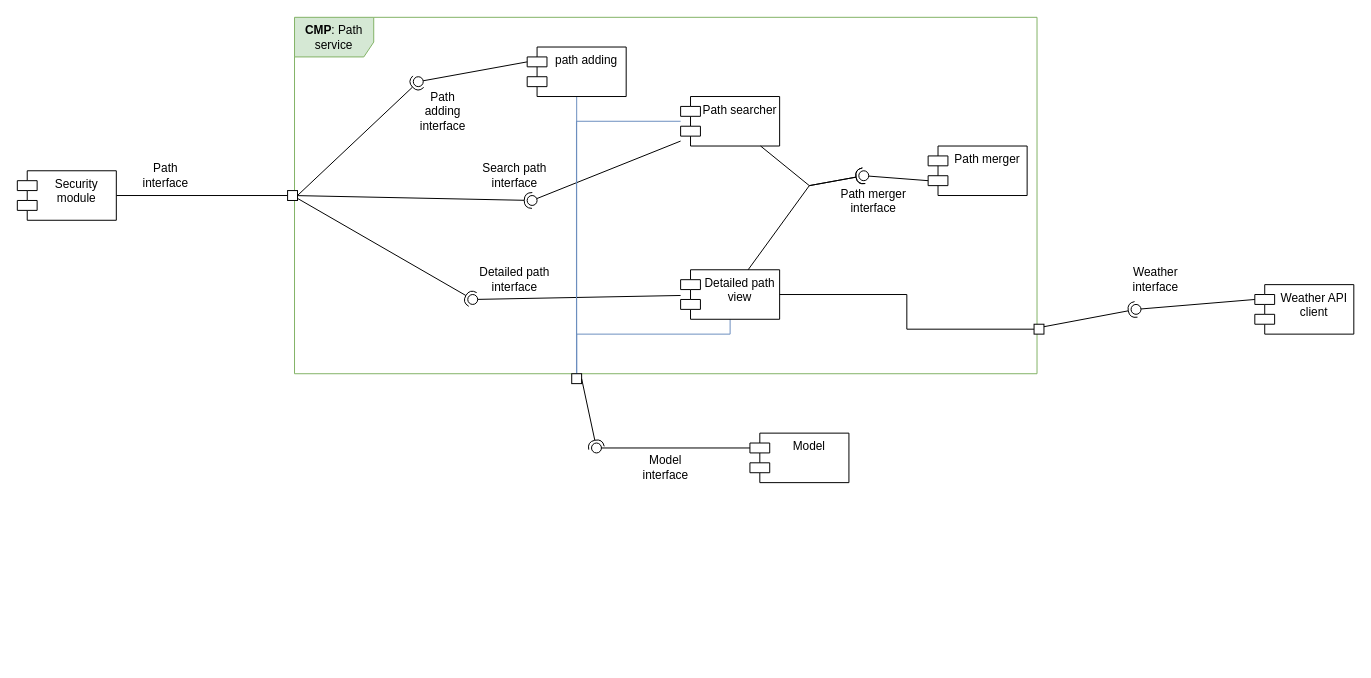
The draw.io diagram page "path_detailed_view" (4 of 7) of DD/LaTeXCode/images/drawio/Component_diagram.drawio in jacopobellosi/Bellosi-Montanelli-Tempobono, before the edit. Source tidied: cells renumbered, new cells numbered last; positions are measured from the earlier drawing's top-left corner, leaving out a move shared by most shapes. Both pictures are drawn from the tidied source at 99%, with x=0, y=0 at pixel (17, 17).
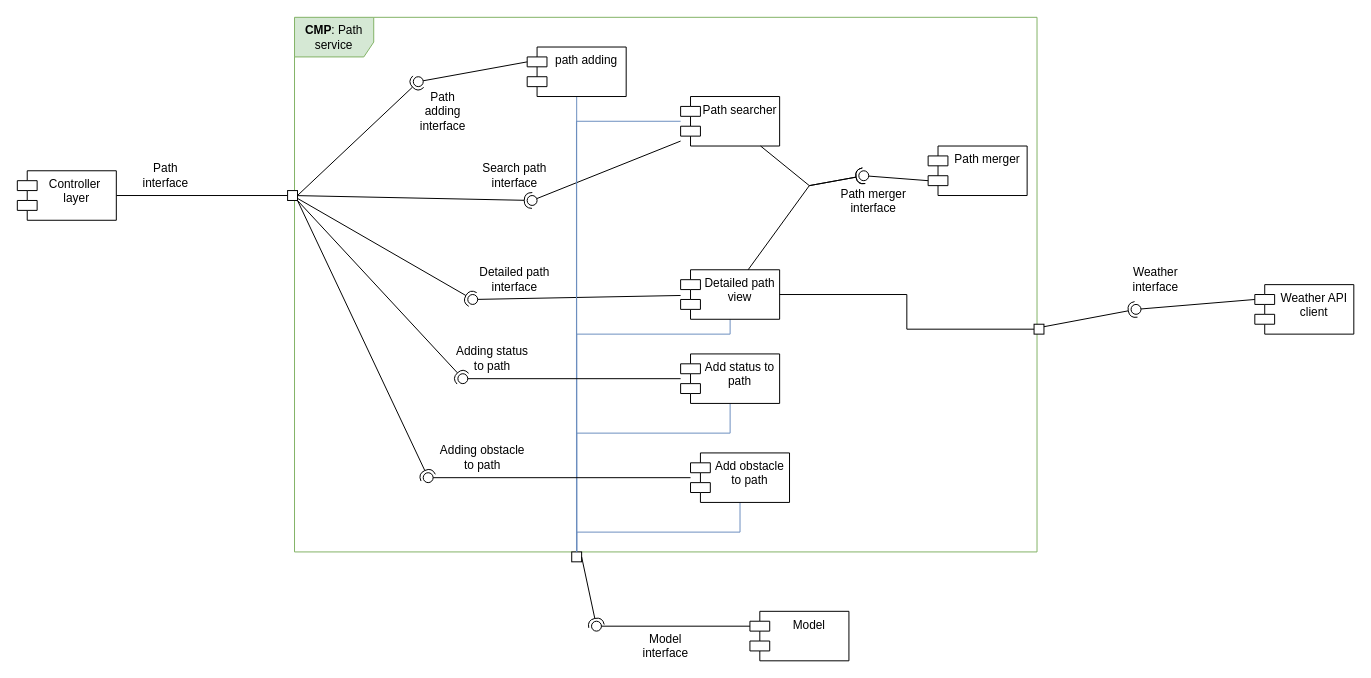
After the change.

Unchanged cells that the change refers to:
```xml
<mxCell id="12" style="rounded=0;whiteSpace=wrap;html=1;" parent="1" vertex="1">
  <mxGeometry x="273" y="175" width="10" height="10" as="geometry" />
</mxCell>
```

The edit, as a diff of the source:
```diff
@@
     <mxCell id="2" value="&lt;b&gt;CMP&lt;/b&gt;: Path service" style="shape=umlFrame;whiteSpace=wrap;html=1;width=80;height=40;fillColor=#d5e8d4;strokeColor=#82b366;" parent="1" vertex="1">
-      <mxGeometry x="280" width="750" height="360" as="geometry" />
+      <mxGeometry x="280" width="750" height="540" as="geometry" />
     </mxCell>
@@
-    <mxCell id="10" value="Security&lt;br&gt;module" style="shape=module;align=left;spacingLeft=20;align=center;verticalAlign=top;whiteSpace=wrap;html=1;" parent="1" vertex="1">
+    <mxCell id="10" value="Controller&amp;nbsp;&lt;br&gt;layer" style="shape=module;align=left;spacingLeft=20;align=center;verticalAlign=top;whiteSpace=wrap;html=1;" parent="1" vertex="1">
       <mxGeometry y="155" width="100" height="50" as="geometry" />
     </mxCell>
@@
     <mxCell id="28" style="rounded=0;whiteSpace=wrap;html=1;" parent="1" vertex="1">
-      <mxGeometry x="560" y="360" width="10" height="10" as="geometry" />
+      <mxGeometry x="560" y="540" width="10" height="10" as="geometry" />
     </mxCell>
     <mxCell id="29" value="Model" style="shape=module;align=left;spacingLeft=20;align=center;verticalAlign=top;whiteSpace=wrap;html=1;" parent="1" vertex="1">
-      <mxGeometry x="740" y="420" width="100" height="50" as="geometry" />
+      <mxGeometry x="740" y="600" width="100" height="50" as="geometry" />
     </mxCell>
@@
     <mxCell id="31" style="ellipse;whiteSpace=wrap;html=1;align=center;fillColor=none;strokeColor=none;perimeter=centerPerimeter;points=[];outlineConnect=1;" parent="1" vertex="1">
-      <mxGeometry x="580" y="430" width="10" height="10" as="geometry" />
+      <mxGeometry x="580" y="610" width="10" height="10" as="geometry" />
     </mxCell>
@@
     <mxCell id="45" value="Model&lt;br&gt;interface" style="text;html=1;whiteSpace=wrap;strokeColor=none;fillColor=none;align=center;verticalAlign=middle;rounded=0;" parent="1" vertex="1">
-      <mxGeometry x="625" y="440" width="60" height="30" as="geometry" />
+      <mxGeometry x="625" y="620" width="60" height="30" as="geometry" />
     </mxCell>
@@
+    <mxCell id="48" style="rounded=0;jettySize=auto;html=1;endArrow=halfCircle;endFill=0;endSize=6;strokeWidth=1;sketch=0;exitX=1;exitY=1;exitDx=0;exitDy=0;" parent="1" edge="1" source="12" target="50">
+      <mxGeometry relative="1" as="geometry" />
+    </mxCell>
+    <mxCell id="49" style="rounded=0;jettySize=auto;html=1;endArrow=oval;endFill=0;sketch=0;sourcePerimeterSpacing=0;targetPerimeterSpacing=0;endSize=10;" parent="1" edge="1" source="52" target="50">
+      <mxGeometry relative="1" as="geometry" />
+    </mxCell>
+    <mxCell id="50" style="ellipse;whiteSpace=wrap;html=1;align=center;fillColor=none;strokeColor=none;perimeter=centerPerimeter;points=[];outlineConnect=1;" parent="1" vertex="1">
+      <mxGeometry x="445" y="360" width="10" height="10" as="geometry" />
+    </mxCell>
+    <mxCell id="51" style="edgeStyle=orthogonalEdgeStyle;rounded=0;jettySize=auto;html=1;entryX=0.5;entryY=0;entryDx=0;entryDy=0;fillColor=#dae8fc;strokeColor=#6c8ebf;endArrow=none;endFill=0;" parent="1" edge="1" source="52" target="28">
+      <mxGeometry relative="1" as="geometry">
+        <Array as="points">
+          <mxPoint x="720" y="420" />
+          <mxPoint x="565" y="420" />
+        </Array>
+      </mxGeometry>
+    </mxCell>
+    <mxCell id="52" value="Add status to path" style="shape=module;align=left;spacingLeft=20;align=center;verticalAlign=top;whiteSpace=wrap;html=1;" parent="1" vertex="1">
+      <mxGeometry x="670" y="340" width="100" height="50" as="geometry" />
+    </mxCell>
+    <mxCell id="53" value="Adding status to path" style="text;html=1;whiteSpace=wrap;strokeColor=none;fillColor=none;align=center;verticalAlign=middle;rounded=0;" parent="1" vertex="1">
+      <mxGeometry x="440" y="330" width="80" height="30" as="geometry" />
+    </mxCell>
+    <mxCell id="54" style="rounded=0;jettySize=auto;html=1;endArrow=halfCircle;endFill=0;endSize=6;strokeWidth=1;sketch=0;exitX=1;exitY=1;exitDx=0;exitDy=0;" parent="1" edge="1" source="12" target="56">
+      <mxGeometry relative="1" as="geometry" />
+    </mxCell>
+    <mxCell id="55" style="rounded=0;jettySize=auto;html=1;endArrow=oval;endFill=0;sketch=0;sourcePerimeterSpacing=0;targetPerimeterSpacing=0;endSize=10;" parent="1" edge="1" source="58" target="56">
+      <mxGeometry relative="1" as="geometry" />
+    </mxCell>
+    <mxCell id="56" style="ellipse;whiteSpace=wrap;html=1;align=center;fillColor=none;strokeColor=none;perimeter=centerPerimeter;points=[];outlineConnect=1;" parent="1" vertex="1">
+      <mxGeometry x="410" y="460" width="10" height="10" as="geometry" />
+    </mxCell>
+    <mxCell id="57" style="edgeStyle=orthogonalEdgeStyle;rounded=0;jettySize=auto;html=1;entryX=0.5;entryY=0;entryDx=0;entryDy=0;fillColor=#dae8fc;strokeColor=#6c8ebf;endArrow=none;endFill=0;" parent="1" edge="1" source="58" target="28">
+      <mxGeometry relative="1" as="geometry">
+        <Array as="points">
+          <mxPoint x="730" y="520" />
+          <mxPoint x="565" y="520" />
+        </Array>
+      </mxGeometry>
+    </mxCell>
+    <mxCell id="58" value="Add obstacle to path" style="shape=module;align=left;spacingLeft=20;align=center;verticalAlign=top;whiteSpace=wrap;html=1;" parent="1" vertex="1">
+      <mxGeometry x="680" y="440" width="100" height="50" as="geometry" />
+    </mxCell>
+    <mxCell id="59" value="Adding obstacle to path" style="text;html=1;whiteSpace=wrap;strokeColor=none;fillColor=none;align=center;verticalAlign=middle;rounded=0;" parent="1" vertex="1">
+      <mxGeometry x="420" y="430" width="100" height="30" as="geometry" />
+    </mxCell>
```
